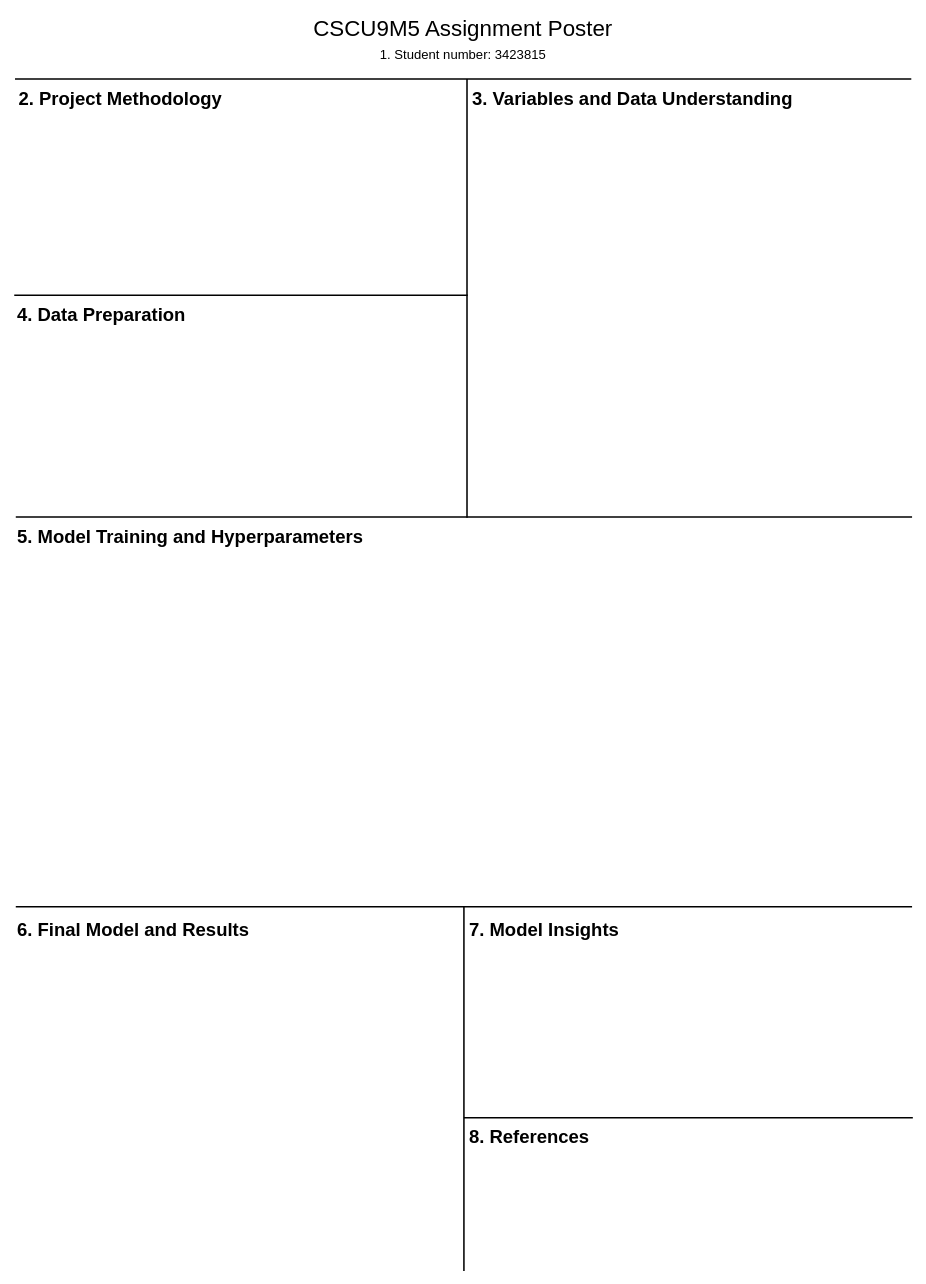
This is poster.drawio from AyOhEe/CSCU9M5-Assignment, a draw.io file, before an edit. Source tidied: cells renumbered, new cells numbered last; positions are measured from the earlier drawing's top-left corner, leaving out a move shared by most shapes. Both pictures are drawn from the tidied source at 77%, with x=0, y=0 at pixel (14, 13).
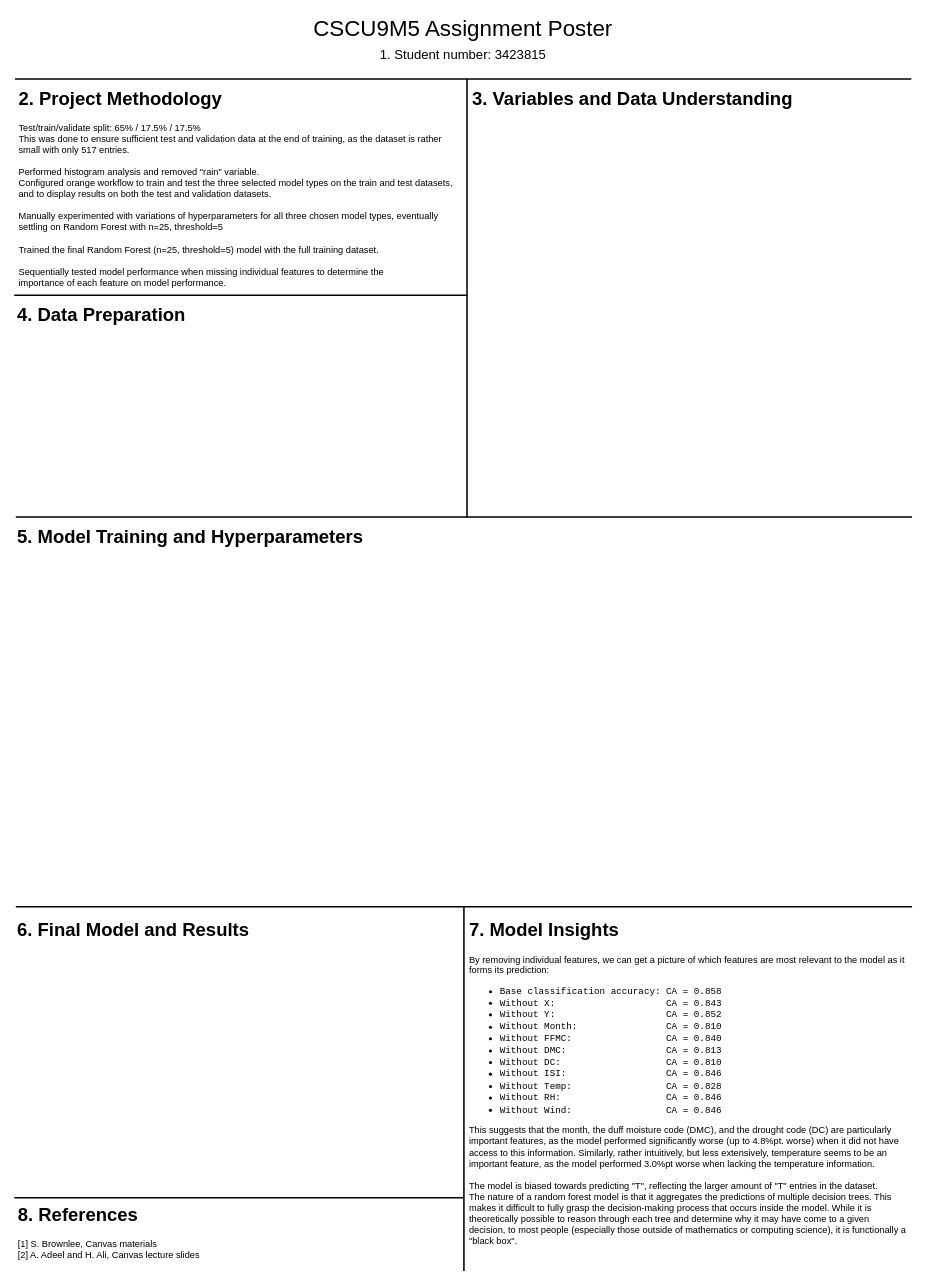
The same page after the edit.

Commit message (it also covers changes not shown here):
Update coversheet. Partially fill poster.

Filled section 2 (methodology), section 7 (insights), and section 8 (references) from notes.

Diff of the diagram source:
```diff
@@
 <mxGraphModel>
   <root>
     <mxCell id="0" />
     <mxCell id="1" parent="0" />
     <mxCell id="2" value="&lt;font style=&quot;font-size: 29px;&quot;&gt;CSCU9M5 Assignment Poster&lt;/font&gt;" style="text;html=1;whiteSpace=wrap;strokeColor=none;fillColor=none;align=center;verticalAlign=middle;rounded=0;" parent="1" vertex="1">
       <mxGeometry x="379" width="408" height="40" as="geometry" />
     </mxCell>
     <mxCell id="3" value="&lt;font style=&quot;font-size: 17px;&quot;&gt;1. Student number: 3423815&lt;/font&gt;" style="text;html=1;whiteSpace=wrap;strokeColor=none;fillColor=none;align=center;verticalAlign=middle;rounded=0;" parent="1" vertex="1">
       <mxGeometry x="457" y="40" width="252" height="30" as="geometry" />
     </mxCell>
     <mxCell id="4" style="line;strokeWidth=2;html=1;" parent="1" vertex="1">
       <mxGeometry x="2" y="1155" width="1164" height="10" as="geometry" />
     </mxCell>
     <mxCell id="5" style="line;strokeWidth=2;direction=south;html=1;" parent="1" vertex="1">
       <mxGeometry x="579" y="1159" width="10" height="474" as="geometry" />
     </mxCell>
     <mxCell id="6" style="line;strokeWidth=2;html=1;" parent="1" vertex="1">
-      <mxGeometry x="584" y="1429" width="583" height="10" as="geometry" />
+      <mxGeometry y="1533" width="583" height="10" as="geometry" />
     </mxCell>
-    <mxCell id="7" value="&lt;h1 style=&quot;margin-top: 0px;&quot;&gt;7. Model Insights&lt;/h1&gt;" style="text;html=1;whiteSpace=wrap;overflow=hidden;rounded=0;" parent="1" vertex="1">
-      <mxGeometry x="589" y="1170" width="570" height="260" as="geometry" />
+    <mxCell id="7" value="&lt;h1 style=&quot;margin-top: 0px;&quot;&gt;7. Model Insights&lt;/h1&gt;&lt;div&gt;&lt;div&gt;By removing individual features, we can get a picture of which features are most relevant to the model as it forms its prediction:&lt;/div&gt;&lt;div&gt;&lt;ul&gt;&lt;li&gt;&lt;font face=&quot;Courier New&quot;&gt;Base classification accuracy: CA = 0.858&lt;/font&gt;&lt;/li&gt;&lt;li&gt;&lt;font face=&quot;Courier New&quot;&gt;Without X:&amp;nbsp; &amp;nbsp; &amp;nbsp; &amp;nbsp; &amp;nbsp; &amp;nbsp; &amp;nbsp; &amp;nbsp; &amp;nbsp; &amp;nbsp; CA = 0.843&lt;/font&gt;&lt;/li&gt;&lt;li&gt;&lt;font face=&quot;Courier New&quot;&gt;Without Y:&amp;nbsp; &amp;nbsp; &amp;nbsp; &amp;nbsp; &amp;nbsp; &amp;nbsp; &amp;nbsp; &amp;nbsp; &amp;nbsp; &amp;nbsp; CA = 0.852&lt;/font&gt;&lt;/li&gt;&lt;li&gt;&lt;font face=&quot;Courier New&quot;&gt;Without Month:&amp;nbsp; &amp;nbsp; &amp;nbsp; &amp;nbsp; &amp;nbsp; &amp;nbsp; &amp;nbsp; &amp;nbsp; CA = 0.810&lt;/font&gt;&lt;/li&gt;&lt;li&gt;&lt;font face=&quot;Courier New&quot;&gt;Without FFMC:&amp;nbsp; &amp;nbsp; &amp;nbsp; &amp;nbsp; &amp;nbsp; &amp;nbsp; &amp;nbsp; &amp;nbsp; &amp;nbsp;CA = 0.840&lt;/font&gt;&lt;/li&gt;&lt;li&gt;&lt;font face=&quot;Courier New&quot;&gt;Without DMC:&amp;nbsp; &amp;nbsp; &amp;nbsp; &amp;nbsp; &amp;nbsp; &amp;nbsp; &amp;nbsp; &amp;nbsp; &amp;nbsp; CA = 0.813&lt;/font&gt;&lt;/li&gt;&lt;li&gt;&lt;font face=&quot;Courier New&quot;&gt;Without DC:&amp;nbsp; &amp;nbsp; &amp;nbsp; &amp;nbsp; &amp;nbsp; &amp;nbsp; &amp;nbsp; &amp;nbsp; &amp;nbsp; &amp;nbsp;CA = 0.810&lt;/font&gt;&lt;/li&gt;&lt;li&gt;&lt;font face=&quot;Courier New&quot;&gt;Without ISI:&amp;nbsp; &amp;nbsp; &amp;nbsp; &amp;nbsp; &amp;nbsp; &amp;nbsp; &amp;nbsp; &amp;nbsp; &amp;nbsp; CA = 0.846&lt;/font&gt;&lt;/li&gt;&lt;li&gt;&lt;font face=&quot;Courier New&quot;&gt;Without Temp:&amp;nbsp; &amp;nbsp; &amp;nbsp; &amp;nbsp; &amp;nbsp; &amp;nbsp; &amp;nbsp; &amp;nbsp; &amp;nbsp;CA = 0.828&lt;/font&gt;&lt;/li&gt;&lt;li&gt;&lt;font face=&quot;Courier New&quot;&gt;Without RH:&amp;nbsp; &amp;nbsp; &amp;nbsp; &amp;nbsp; &amp;nbsp; &amp;nbsp; &amp;nbsp; &amp;nbsp; &amp;nbsp; &amp;nbsp;CA = 0.846&lt;/font&gt;&lt;/li&gt;&lt;li&gt;&lt;font face=&quot;Courier New&quot;&gt;Without Wind:&amp;nbsp; &amp;nbsp; &amp;nbsp; &amp;nbsp; &amp;nbsp; &amp;nbsp; &amp;nbsp; &amp;nbsp; &amp;nbsp;CA = 0.846&lt;/font&gt;&lt;/li&gt;&lt;/ul&gt;&lt;/div&gt;&lt;div&gt;This suggests that the month, the duff moisture code (DMC), and the drought code (DC) are particularly important features, as the model performed&amp;nbsp;&lt;span style=&quot;background-color: transparent; color: light-dark(rgb(0, 0, 0), rgb(255, 255, 255));&quot;&gt;significantly worse (up to 4.8%pt. worse) when it did not have access to this information. Similarly, rather intuitively, but less extensively,&amp;nbsp;&lt;/span&gt;&lt;span style=&quot;background-color: transparent; color: light-dark(rgb(0, 0, 0), rgb(255, 255, 255));&quot;&gt;temperature seems to be an important feature, as the model performed 3.0%pt worse when lacking the temperature information.&lt;/span&gt;&lt;/div&gt;&lt;div&gt;&lt;br&gt;&lt;/div&gt;&lt;div&gt;The model is biased towards predicting &quot;T&quot;, reflecting the larger amount of &quot;T&quot; entries in the dataset.&lt;/div&gt;&lt;div&gt;The nature of a random forest model is that it aggregates the predictions of multiple decision trees. This makes it difficult to&amp;nbsp;&lt;span style=&quot;background-color: transparent; color: light-dark(rgb(0, 0, 0), rgb(255, 255, 255));&quot;&gt;fully grasp the decision-making process that occurs inside the model. While it is theoretically possible to reason through each tree and&amp;nbsp;&lt;/span&gt;&lt;span style=&quot;background-color: transparent; color: light-dark(rgb(0, 0, 0), rgb(255, 255, 255));&quot;&gt;determine why it may have come to a given decision, to most people (especially those outside of mathematics or computing science), it i&lt;/span&gt;&lt;span style=&quot;background-color: transparent; color: light-dark(rgb(0, 0, 0), rgb(255, 255, 255));&quot;&gt;s functionally a &quot;black box&quot;.&lt;/span&gt;&lt;/div&gt;&lt;/div&gt;" style="text;html=1;whiteSpace=wrap;overflow=hidden;rounded=0;" parent="1" vertex="1">
+      <mxGeometry x="589" y="1170" width="570" height="460" as="geometry" />
     </mxCell>
-    <mxCell id="8" value="&lt;h1 style=&quot;margin-top: 0px;&quot;&gt;8. References&lt;/h1&gt;" style="text;html=1;whiteSpace=wrap;overflow=hidden;rounded=0;" parent="1" vertex="1">
-      <mxGeometry x="589" y="1438" width="570" height="192" as="geometry" />
+    <mxCell id="8" value="&lt;h1 style=&quot;margin-top: 0px;&quot;&gt;8. References&lt;/h1&gt;&lt;div&gt;&lt;div&gt;[1] S. Brownlee, Canvas materials&lt;/div&gt;&lt;div&gt;[2] A. Adeel and H. Ali, Canvas lecture slides&lt;/div&gt;&lt;/div&gt;" style="text;html=1;whiteSpace=wrap;overflow=hidden;rounded=0;" parent="1" vertex="1">
+      <mxGeometry x="3" y="1540" width="570" height="90" as="geometry" />
     </mxCell>
     <mxCell id="9" value="&lt;h1 style=&quot;margin-top: 0px;&quot;&gt;6. Final Model and Results&lt;/h1&gt;" style="text;html=1;whiteSpace=wrap;overflow=hidden;rounded=0;" parent="1" vertex="1">
-      <mxGeometry x="2" y="1170" width="570" height="460" as="geometry" />
+      <mxGeometry x="2" y="1170" width="570" height="360" as="geometry" />
     </mxCell>
     <mxCell id="10" style="line;strokeWidth=2;html=1;" parent="1" vertex="1">
       <mxGeometry x="2" y="649" width="1164" height="10" as="geometry" />
     </mxCell>
     <mxCell id="11" style="line;strokeWidth=2;html=1;" parent="1" vertex="1">
       <mxGeometry x="1" y="80" width="1164" height="10" as="geometry" />
     </mxCell>
     <mxCell id="12" value="&lt;h1 style=&quot;margin-top: 0px;&quot;&gt;5. Model Training and Hyperparameters&lt;/h1&gt;" style="text;html=1;whiteSpace=wrap;overflow=hidden;rounded=0;" parent="1" vertex="1">
       <mxGeometry x="2" y="659" width="1157" height="491" as="geometry" />
     </mxCell>
     <mxCell id="13" style="line;strokeWidth=2;direction=south;html=1;" parent="1" vertex="1">
       <mxGeometry x="583" y="85" width="10" height="570" as="geometry" />
     </mxCell>
     <mxCell id="14" style="line;strokeWidth=2;html=1;" parent="1" vertex="1">
       <mxGeometry y="361" width="589" height="10" as="geometry" />
     </mxCell>
     <mxCell id="15" value="&lt;h1 style=&quot;margin-top: 0px;&quot;&gt;3. Variables and Data Understanding&lt;/h1&gt;&lt;div&gt;&lt;br&gt;&lt;/div&gt;" style="text;html=1;whiteSpace=wrap;overflow=hidden;rounded=0;" parent="1" vertex="1">
       <mxGeometry x="593" y="90" width="566" height="560" as="geometry" />
     </mxCell>
-    <mxCell id="16" value="&lt;h1 style=&quot;margin-top: 0px;&quot;&gt;2. Project Methodology&lt;/h1&gt;" style="text;html=1;whiteSpace=wrap;overflow=hidden;rounded=0;" parent="1" vertex="1">
+    <mxCell id="16" value="&lt;h1 style=&quot;margin-top: 0px;&quot;&gt;2. Project Methodology&lt;/h1&gt;&lt;div&gt;&lt;div&gt;Test/train/validate split: 65% / 17.5% / 17.5%&lt;/div&gt;&lt;div&gt;This was done to ensure sufficient test and validation data at the end of training, as&amp;nbsp;&lt;span style=&quot;background-color: transparent; color: light-dark(rgb(0, 0, 0), rgb(255, 255, 255));&quot;&gt;the dataset is rather small with only 517 entries.&lt;/span&gt;&lt;/div&gt;&lt;div&gt;&lt;br&gt;&lt;/div&gt;&lt;div&gt;Performed histogram analysis and removed &quot;rain&quot; variable.&lt;/div&gt;&lt;div&gt;Configured orange workflow to train and test the three selected model types on the train&amp;nbsp;&lt;span style=&quot;background-color: transparent; color: light-dark(rgb(0, 0, 0), rgb(255, 255, 255));&quot;&gt;and test datasets, and to display results on both the test and validation datasets.&lt;/span&gt;&lt;/div&gt;&lt;div&gt;&lt;br&gt;&lt;/div&gt;&lt;div&gt;Manually experimented with variations of hyperparameters for all three chosen model types,&amp;nbsp;&lt;span style=&quot;background-color: transparent; color: light-dark(rgb(0, 0, 0), rgb(255, 255, 255));&quot;&gt;eventually settling on Random Forest with n=25, threshold=5&lt;/span&gt;&lt;/div&gt;&lt;div&gt;&lt;span style=&quot;background-color: transparent; color: light-dark(rgb(0, 0, 0), rgb(255, 255, 255));&quot;&gt;&lt;br&gt;&lt;/span&gt;&lt;/div&gt;&lt;div&gt;&lt;span style=&quot;background-color: transparent; color: light-dark(rgb(0, 0, 0), rgb(255, 255, 255));&quot;&gt;Trained the final Random Forest (&lt;/span&gt;&lt;span style=&quot;background-color: transparent; color: light-dark(rgb(0, 0, 0), rgb(255, 255, 255));&quot;&gt;n=25, threshold=5)&lt;/span&gt;&lt;span style=&quot;background-color: transparent; color: light-dark(rgb(0, 0, 0), rgb(255, 255, 255));&quot;&gt;&amp;nbsp;model with the full training dataset.&lt;/span&gt;&lt;/div&gt;&lt;div&gt;&lt;br&gt;&lt;/div&gt;&lt;div&gt;Sequentially tested model performance when missing individual features to determine the&amp;nbsp;&lt;/div&gt;&lt;div&gt;importance of each feature on model performance.&lt;/div&gt;&lt;/div&gt;" style="text;html=1;whiteSpace=wrap;overflow=hidden;rounded=0;" parent="1" vertex="1">
       <mxGeometry x="4" y="90" width="575" height="270" as="geometry" />
     </mxCell>
     <mxCell id="17" value="&lt;h1 style=&quot;margin-top: 0px;&quot;&gt;4. Data Preparation&lt;/h1&gt;" style="text;html=1;whiteSpace=wrap;overflow=hidden;rounded=0;" parent="1" vertex="1">
       <mxGeometry x="2" y="371" width="575" height="270" as="geometry" />
     </mxCell>
   </root>
 </mxGraphModel>
```
